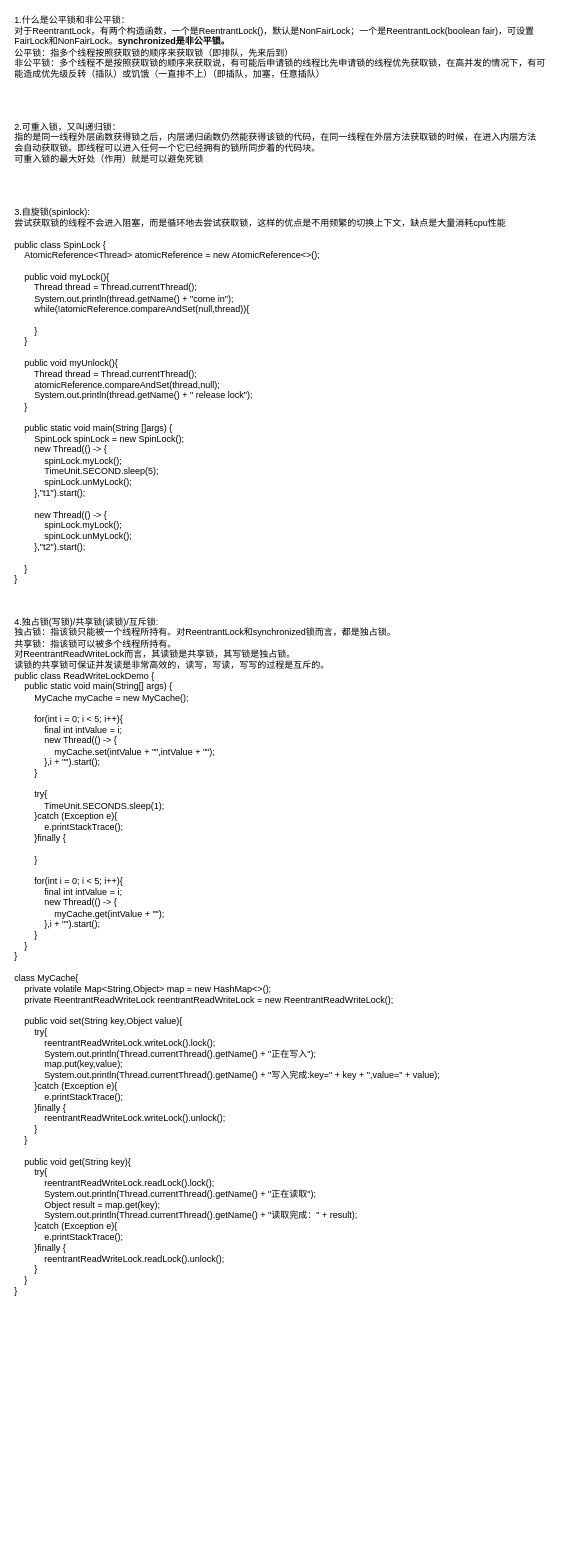
This is Java基础/多线程/Java锁.drawio from qouson/my-Java-note, a draw.io file, before an edit. Source tidied: cells renumbered, new cells numbered last; positions are measured from the earlier drawing's top-left corner, leaving out a move shared by most shapes. Both pictures are drawn from the tidied source at 75%, with x=0, y=0 at pixel (13, 13).
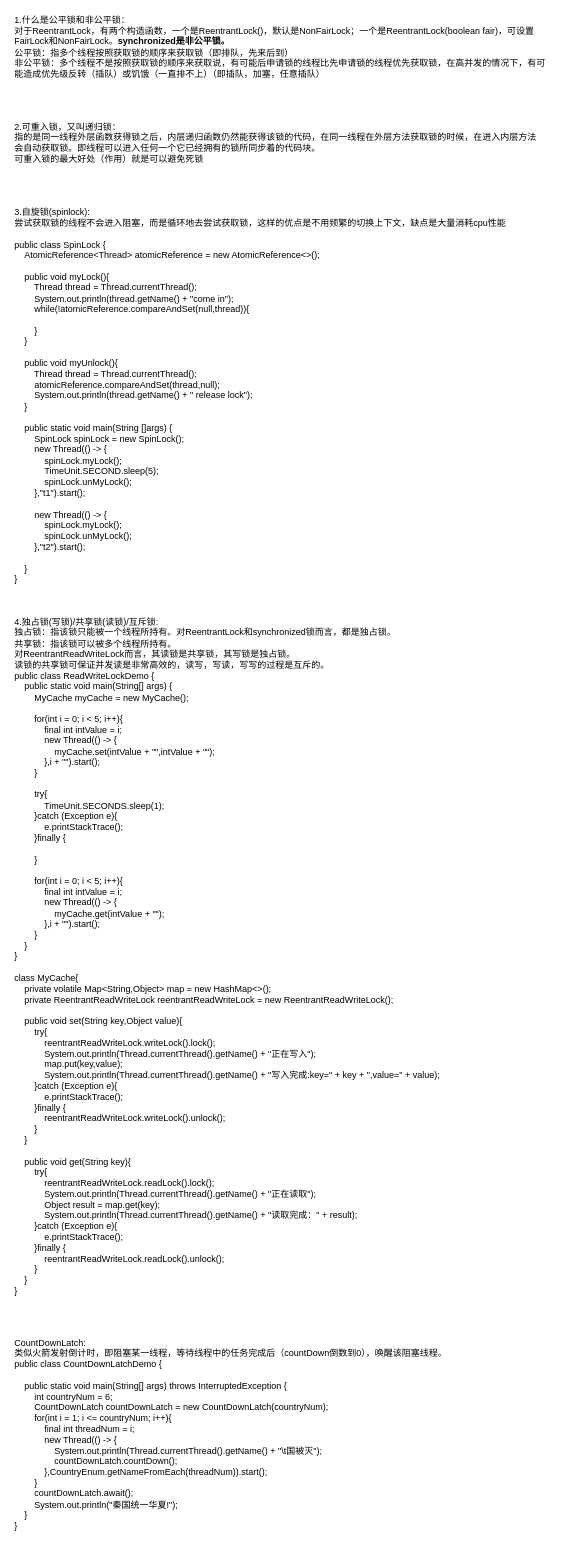
The same diagram, later.

What changed in the source:
```diff
@@
 <mxGraphModel>
   <root>
     <mxCell id="0" />
     <mxCell id="1" parent="0" />
     <mxCell id="2" value="&lt;div align=&quot;left&quot;&gt;1.什么是公平锁和非公平锁：&lt;/div&gt;&lt;div align=&quot;left&quot;&gt;对于ReentrantLock，有两个构造函数，一个是ReentrantLock()，默认是NonFairLock；一个是ReentrantLock(boolean fair)，可设置FairLock和NonFairLock。&lt;b&gt;synchronized是非公平锁。&lt;/b&gt;&lt;/div&gt;&lt;div align=&quot;left&quot;&gt;公平锁：指多个线程按照获取锁的顺序来获取锁（即排队，先来后到）&lt;/div&gt;&lt;div align=&quot;left&quot;&gt;非公平锁：多个线程不是按照获取锁的顺序来获取说，有可能后申请锁的线程比先申请锁的线程优先获取锁，在高并发的情况下，有可能造成优先级反转（插队）或饥饿（一直排不上）（即插队，加塞，任意插队）&lt;br&gt;&lt;/div&gt;" style="text;html=1;strokeColor=none;fillColor=none;align=left;verticalAlign=middle;whiteSpace=wrap;rounded=0;" parent="1" vertex="1">
       <mxGeometry width="710" height="90" as="geometry" />
     </mxCell>
     <mxCell id="3" value="&lt;div align=&quot;left&quot;&gt;2.可重入锁，又叫递归锁：&lt;/div&gt;&lt;div align=&quot;left&quot;&gt;指的是同一线程外层函数获得锁之后，内层递归函数仍然能获得该锁的代码，在同一线程在外层方法获取锁的时候，在进入内层方法会自动获取锁。即线程可以进入任何一个它已经拥有的锁所同步着的代码块。&lt;/div&gt;&lt;div align=&quot;left&quot;&gt;可重入锁的最大好处（作用）就是可以避免死锁&lt;br&gt;&lt;/div&gt;&lt;div align=&quot;left&quot;&gt;&lt;br&gt;&lt;/div&gt;" style="text;html=1;strokeColor=none;fillColor=none;align=left;verticalAlign=middle;whiteSpace=wrap;rounded=0;" parent="1" vertex="1">
       <mxGeometry y="140" width="700" height="80" as="geometry" />
     </mxCell>
     <mxCell id="4" value="&lt;div align=&quot;left&quot;&gt;3.自旋锁(spinlock):&lt;/div&gt;&lt;div align=&quot;left&quot;&gt;尝试获取锁的线程不会进入阻塞，而是循环地去尝试获取锁，这样的优点是不用频繁的切换上下文，缺点是大量消耗cpu性能&lt;/div&gt;&lt;div align=&quot;left&quot;&gt;&lt;br&gt;&lt;/div&gt;public class SpinLock {&lt;br&gt;&amp;nbsp;&amp;nbsp; &amp;nbsp;AtomicReference&amp;lt;Thread&amp;gt; atomicReference = new AtomicReference&amp;lt;&amp;gt;();&lt;br&gt;&amp;nbsp;&amp;nbsp; &amp;nbsp;&lt;br&gt;&amp;nbsp;&amp;nbsp; &amp;nbsp;public void myLock(){&lt;br&gt;&amp;nbsp;&amp;nbsp; &amp;nbsp;&amp;nbsp;&amp;nbsp;&amp;nbsp; Thread thread = Thread.currentThread();&lt;br&gt;&amp;nbsp;&amp;nbsp; &amp;nbsp;&amp;nbsp;&amp;nbsp; &amp;nbsp;System.out.println(thread.getName() + &quot;come in&quot;);&lt;br&gt;&amp;nbsp;&amp;nbsp; &amp;nbsp;&amp;nbsp;&amp;nbsp; &amp;nbsp;while(!atomicReference.compareAndSet(null,thread)){&lt;br&gt;&amp;nbsp;&amp;nbsp; &amp;nbsp;&amp;nbsp;&amp;nbsp; &amp;nbsp;&amp;nbsp;&amp;nbsp; &amp;nbsp;&lt;br&gt;&amp;nbsp;&amp;nbsp; &amp;nbsp;&amp;nbsp;&amp;nbsp; &amp;nbsp;}&lt;br&gt;&amp;nbsp;&amp;nbsp; &amp;nbsp;}&lt;br&gt;&amp;nbsp;&amp;nbsp; &amp;nbsp;&lt;br&gt;&amp;nbsp;&amp;nbsp; &amp;nbsp;public void myUnlock(){&lt;br&gt;&amp;nbsp;&amp;nbsp; &amp;nbsp;&amp;nbsp;&amp;nbsp;&amp;nbsp; Thread thread = Thread.currentThread();&lt;br&gt;&amp;nbsp;&amp;nbsp; &amp;nbsp;&amp;nbsp;&amp;nbsp; &amp;nbsp;atomicReference.compareAndSet(thread,null);&lt;br&gt;&amp;nbsp;&amp;nbsp; &amp;nbsp;&amp;nbsp;&amp;nbsp; &amp;nbsp;System.out.println(thread.getName() + &quot; release lock&quot;);&lt;br&gt;&amp;nbsp;&amp;nbsp; &amp;nbsp;}&lt;br&gt;&amp;nbsp;&amp;nbsp; &amp;nbsp;&lt;br&gt;&amp;nbsp;&amp;nbsp;&amp;nbsp; public static void main(String []args) {&lt;br&gt;&amp;nbsp;&amp;nbsp;&amp;nbsp;&amp;nbsp;&amp;nbsp;&amp;nbsp;&amp;nbsp; SpinLock spinLock = new SpinLock(); &lt;br&gt;&amp;nbsp;&amp;nbsp; &amp;nbsp;&amp;nbsp;&amp;nbsp;&amp;nbsp; new Thread(() -&amp;gt; {&lt;br&gt;&amp;nbsp;&amp;nbsp; &amp;nbsp;&amp;nbsp;&amp;nbsp;&amp;nbsp;&amp;nbsp;&amp;nbsp;&amp;nbsp;&amp;nbsp; spinLock.myLock();&lt;br&gt;&amp;nbsp;&amp;nbsp; &amp;nbsp;&amp;nbsp;&amp;nbsp; &amp;nbsp;&amp;nbsp;&amp;nbsp; &amp;nbsp;TimeUnit.SECOND.sleep(5);&lt;br&gt;&amp;nbsp;&amp;nbsp; &amp;nbsp;&amp;nbsp;&amp;nbsp; &amp;nbsp;&amp;nbsp;&amp;nbsp; &amp;nbsp;spinLock.unMyLock();&lt;br&gt;&amp;nbsp;&amp;nbsp; &amp;nbsp;&amp;nbsp;&amp;nbsp;&amp;nbsp; },&quot;t1&quot;).start();&lt;br&gt;&amp;nbsp;&amp;nbsp; &amp;nbsp;&amp;nbsp;&amp;nbsp; &amp;nbsp;&lt;br&gt;&amp;nbsp;&amp;nbsp; &amp;nbsp;&amp;nbsp;&amp;nbsp;&amp;nbsp; new Thread(() -&amp;gt; {&lt;br&gt;&amp;nbsp;&amp;nbsp; &amp;nbsp;&amp;nbsp;&amp;nbsp;&amp;nbsp;&amp;nbsp;&amp;nbsp;&amp;nbsp;&amp;nbsp; spinLock.myLock();&lt;br&gt;&amp;nbsp;&amp;nbsp; &amp;nbsp;&amp;nbsp;&amp;nbsp; &amp;nbsp;&amp;nbsp;&amp;nbsp; &amp;nbsp;spinLock.unMyLock();&lt;br&gt;&amp;nbsp;&amp;nbsp; &amp;nbsp;&amp;nbsp;&amp;nbsp;&amp;nbsp; },&quot;t2&quot;).start();&lt;br&gt;&amp;nbsp;&amp;nbsp; &amp;nbsp;&amp;nbsp;&amp;nbsp; &amp;nbsp;&lt;br&gt;&amp;nbsp;&amp;nbsp;&amp;nbsp; }&lt;br&gt;}" style="text;html=1;strokeColor=none;fillColor=none;align=left;verticalAlign=middle;whiteSpace=wrap;rounded=0;" parent="1" vertex="1">
       <mxGeometry y="230" width="671" height="560" as="geometry" />
     </mxCell>
     <mxCell id="5" value="&lt;div align=&quot;left&quot;&gt;4.独占锁(写锁)/共享锁(读锁)/互斥锁:&lt;/div&gt;&lt;div align=&quot;left&quot;&gt;独占锁：指该锁只能被一个线程所持有。对ReentrantLock和synchronized锁而言，都是独占锁。&lt;/div&gt;&lt;div align=&quot;left&quot;&gt;共享锁：指该锁可以被多个线程所持有。&lt;/div&gt;&lt;div align=&quot;left&quot;&gt;对ReentrantReadWriteLock而言，其读锁是共享锁，其写锁是独占锁。&lt;/div&gt;&lt;div align=&quot;left&quot;&gt;读锁的共享锁可保证并发读是非常高效的，读写，写读，写写的过程是互斥的。&lt;/div&gt;&lt;div align=&quot;left&quot;&gt;public class ReadWriteLockDemo {&lt;br&gt;&amp;nbsp;&amp;nbsp;&amp;nbsp; public static void main(String[] args) {&lt;br&gt;&amp;nbsp;&amp;nbsp;&amp;nbsp;&amp;nbsp;&amp;nbsp;&amp;nbsp;&amp;nbsp; MyCache myCache = new MyCache();&lt;br&gt;&lt;br&gt;&amp;nbsp;&amp;nbsp;&amp;nbsp;&amp;nbsp;&amp;nbsp;&amp;nbsp;&amp;nbsp; for(int i = 0; i &amp;lt; 5; i++){&lt;br&gt;&amp;nbsp;&amp;nbsp;&amp;nbsp;&amp;nbsp;&amp;nbsp;&amp;nbsp;&amp;nbsp;&amp;nbsp;&amp;nbsp;&amp;nbsp;&amp;nbsp; final int intValue = i;&lt;br&gt;&amp;nbsp;&amp;nbsp;&amp;nbsp;&amp;nbsp;&amp;nbsp;&amp;nbsp;&amp;nbsp;&amp;nbsp;&amp;nbsp;&amp;nbsp;&amp;nbsp; new Thread(() -&amp;gt; {&lt;br&gt;&amp;nbsp;&amp;nbsp;&amp;nbsp;&amp;nbsp;&amp;nbsp;&amp;nbsp;&amp;nbsp;&amp;nbsp;&amp;nbsp;&amp;nbsp;&amp;nbsp;&amp;nbsp;&amp;nbsp;&amp;nbsp;&amp;nbsp; myCache.set(intValue + &quot;&quot;,intValue + &quot;&quot;);&lt;br&gt;&amp;nbsp;&amp;nbsp;&amp;nbsp;&amp;nbsp;&amp;nbsp;&amp;nbsp;&amp;nbsp;&amp;nbsp;&amp;nbsp;&amp;nbsp;&amp;nbsp; },i + &quot;&quot;).start();&lt;br&gt;&amp;nbsp;&amp;nbsp;&amp;nbsp;&amp;nbsp;&amp;nbsp;&amp;nbsp;&amp;nbsp; }&lt;br&gt;&lt;br&gt;&amp;nbsp;&amp;nbsp;&amp;nbsp;&amp;nbsp;&amp;nbsp;&amp;nbsp;&amp;nbsp; try{&lt;br&gt;&amp;nbsp;&amp;nbsp;&amp;nbsp;&amp;nbsp;&amp;nbsp;&amp;nbsp;&amp;nbsp;&amp;nbsp;&amp;nbsp;&amp;nbsp;&amp;nbsp; TimeUnit.SECONDS.sleep(1);&lt;br&gt;&amp;nbsp;&amp;nbsp;&amp;nbsp;&amp;nbsp;&amp;nbsp;&amp;nbsp;&amp;nbsp; }catch (Exception e){&lt;br&gt;&amp;nbsp;&amp;nbsp;&amp;nbsp;&amp;nbsp;&amp;nbsp;&amp;nbsp;&amp;nbsp;&amp;nbsp;&amp;nbsp;&amp;nbsp;&amp;nbsp; e.printStackTrace();&lt;br&gt;&amp;nbsp;&amp;nbsp;&amp;nbsp;&amp;nbsp;&amp;nbsp;&amp;nbsp;&amp;nbsp; }finally {&lt;br&gt;&lt;br&gt;&amp;nbsp;&amp;nbsp;&amp;nbsp;&amp;nbsp;&amp;nbsp;&amp;nbsp;&amp;nbsp; }&lt;br&gt;&lt;br&gt;&amp;nbsp;&amp;nbsp;&amp;nbsp;&amp;nbsp;&amp;nbsp;&amp;nbsp;&amp;nbsp; for(int i = 0; i &amp;lt; 5; i++){&lt;br&gt;&amp;nbsp;&amp;nbsp;&amp;nbsp;&amp;nbsp;&amp;nbsp;&amp;nbsp;&amp;nbsp;&amp;nbsp;&amp;nbsp;&amp;nbsp;&amp;nbsp; final int intValue = i;&lt;br&gt;&amp;nbsp;&amp;nbsp;&amp;nbsp;&amp;nbsp;&amp;nbsp;&amp;nbsp;&amp;nbsp;&amp;nbsp;&amp;nbsp;&amp;nbsp;&amp;nbsp; new Thread(() -&amp;gt; {&lt;br&gt;&amp;nbsp;&amp;nbsp;&amp;nbsp;&amp;nbsp;&amp;nbsp;&amp;nbsp;&amp;nbsp;&amp;nbsp;&amp;nbsp;&amp;nbsp;&amp;nbsp;&amp;nbsp;&amp;nbsp;&amp;nbsp;&amp;nbsp; myCache.get(intValue + &quot;&quot;);&lt;br&gt;&amp;nbsp;&amp;nbsp;&amp;nbsp;&amp;nbsp;&amp;nbsp;&amp;nbsp;&amp;nbsp;&amp;nbsp;&amp;nbsp;&amp;nbsp;&amp;nbsp; },i + &quot;&quot;).start();&lt;br&gt;&amp;nbsp;&amp;nbsp;&amp;nbsp;&amp;nbsp;&amp;nbsp;&amp;nbsp;&amp;nbsp; }&lt;br&gt;&amp;nbsp;&amp;nbsp;&amp;nbsp; }&lt;br&gt;}&lt;br&gt;&lt;br&gt;class MyCache{&lt;br&gt;&amp;nbsp;&amp;nbsp;&amp;nbsp; private volatile Map&amp;lt;String,Object&amp;gt; map = new HashMap&amp;lt;&amp;gt;();&lt;br&gt;&amp;nbsp;&amp;nbsp;&amp;nbsp; private ReentrantReadWriteLock reentrantReadWriteLock = new ReentrantReadWriteLock();&lt;br&gt;&lt;br&gt;&amp;nbsp;&amp;nbsp;&amp;nbsp; public void set(String key,Object value){&lt;br&gt;&amp;nbsp;&amp;nbsp;&amp;nbsp;&amp;nbsp;&amp;nbsp;&amp;nbsp;&amp;nbsp; try{&lt;br&gt;&amp;nbsp;&amp;nbsp;&amp;nbsp;&amp;nbsp;&amp;nbsp;&amp;nbsp;&amp;nbsp;&amp;nbsp;&amp;nbsp;&amp;nbsp;&amp;nbsp; reentrantReadWriteLock.writeLock().lock();&lt;br&gt;&amp;nbsp;&amp;nbsp;&amp;nbsp;&amp;nbsp;&amp;nbsp;&amp;nbsp;&amp;nbsp;&amp;nbsp;&amp;nbsp;&amp;nbsp;&amp;nbsp; System.out.println(Thread.currentThread().getName() + &quot;正在写入&quot;);&lt;br&gt;&amp;nbsp;&amp;nbsp;&amp;nbsp;&amp;nbsp;&amp;nbsp;&amp;nbsp;&amp;nbsp;&amp;nbsp;&amp;nbsp;&amp;nbsp;&amp;nbsp; map.put(key,value);&lt;br&gt;&amp;nbsp;&amp;nbsp;&amp;nbsp;&amp;nbsp;&amp;nbsp;&amp;nbsp;&amp;nbsp;&amp;nbsp;&amp;nbsp;&amp;nbsp;&amp;nbsp; System.out.println(Thread.currentThread().getName() + &quot;写入完成:key=&quot; + key + &quot;,value=&quot; + value);&lt;br&gt;&amp;nbsp;&amp;nbsp;&amp;nbsp;&amp;nbsp;&amp;nbsp;&amp;nbsp;&amp;nbsp; }catch (Exception e){&lt;br&gt;&amp;nbsp;&amp;nbsp;&amp;nbsp;&amp;nbsp;&amp;nbsp;&amp;nbsp;&amp;nbsp;&amp;nbsp;&amp;nbsp;&amp;nbsp;&amp;nbsp; e.printStackTrace();&lt;br&gt;&amp;nbsp;&amp;nbsp;&amp;nbsp;&amp;nbsp;&amp;nbsp;&amp;nbsp;&amp;nbsp; }finally {&lt;br&gt;&amp;nbsp;&amp;nbsp;&amp;nbsp;&amp;nbsp;&amp;nbsp;&amp;nbsp;&amp;nbsp;&amp;nbsp;&amp;nbsp;&amp;nbsp;&amp;nbsp; reentrantReadWriteLock.writeLock().unlock();&lt;br&gt;&amp;nbsp;&amp;nbsp;&amp;nbsp;&amp;nbsp;&amp;nbsp;&amp;nbsp;&amp;nbsp; }&lt;br&gt;&amp;nbsp;&amp;nbsp;&amp;nbsp; }&lt;br&gt;&lt;br&gt;&amp;nbsp;&amp;nbsp;&amp;nbsp; public void get(String key){&lt;br&gt;&amp;nbsp;&amp;nbsp;&amp;nbsp;&amp;nbsp;&amp;nbsp;&amp;nbsp;&amp;nbsp; try{&lt;br&gt;&amp;nbsp;&amp;nbsp;&amp;nbsp;&amp;nbsp;&amp;nbsp;&amp;nbsp;&amp;nbsp;&amp;nbsp;&amp;nbsp;&amp;nbsp;&amp;nbsp; reentrantReadWriteLock.readLock().lock();&lt;br&gt;&amp;nbsp;&amp;nbsp;&amp;nbsp;&amp;nbsp;&amp;nbsp;&amp;nbsp;&amp;nbsp;&amp;nbsp;&amp;nbsp;&amp;nbsp;&amp;nbsp; System.out.println(Thread.currentThread().getName() + &quot;正在读取&quot;);&lt;br&gt;&amp;nbsp;&amp;nbsp;&amp;nbsp;&amp;nbsp;&amp;nbsp;&amp;nbsp;&amp;nbsp;&amp;nbsp;&amp;nbsp;&amp;nbsp;&amp;nbsp; Object result = map.get(key);&lt;br&gt;&amp;nbsp;&amp;nbsp;&amp;nbsp;&amp;nbsp;&amp;nbsp;&amp;nbsp;&amp;nbsp;&amp;nbsp;&amp;nbsp;&amp;nbsp;&amp;nbsp; System.out.println(Thread.currentThread().getName() + &quot;读取完成：&quot; + result);&lt;br&gt;&amp;nbsp;&amp;nbsp;&amp;nbsp;&amp;nbsp;&amp;nbsp;&amp;nbsp;&amp;nbsp; }catch (Exception e){&lt;br&gt;&amp;nbsp;&amp;nbsp;&amp;nbsp;&amp;nbsp;&amp;nbsp;&amp;nbsp;&amp;nbsp;&amp;nbsp;&amp;nbsp;&amp;nbsp;&amp;nbsp; e.printStackTrace();&lt;br&gt;&amp;nbsp;&amp;nbsp;&amp;nbsp;&amp;nbsp;&amp;nbsp;&amp;nbsp;&amp;nbsp; }finally {&lt;br&gt;&amp;nbsp;&amp;nbsp;&amp;nbsp;&amp;nbsp;&amp;nbsp;&amp;nbsp;&amp;nbsp;&amp;nbsp;&amp;nbsp;&amp;nbsp;&amp;nbsp; reentrantReadWriteLock.readLock().unlock();&lt;br&gt;&amp;nbsp;&amp;nbsp;&amp;nbsp;&amp;nbsp;&amp;nbsp;&amp;nbsp;&amp;nbsp; }&lt;br&gt;&amp;nbsp;&amp;nbsp;&amp;nbsp; }&lt;br&gt;}&lt;br&gt;&lt;/div&gt;&lt;div align=&quot;left&quot;&gt;&lt;br&gt;&lt;/div&gt;" style="text;html=1;strokeColor=none;fillColor=none;align=left;verticalAlign=middle;whiteSpace=wrap;rounded=0;" parent="1" vertex="1">
       <mxGeometry y="800" width="660" height="930" as="geometry" />
     </mxCell>
+    <mxCell id="6" value="&lt;div align=&quot;left&quot;&gt;CountDownLatch:&lt;/div&gt;&lt;div align=&quot;left&quot;&gt;类似火箭发射倒计时，即阻塞某一线程，等待线程中的任务完成后（countDown倒数到0），唤醒该阻塞线程。&lt;/div&gt;&lt;div align=&quot;left&quot;&gt;public class CountDownLatchDemo {&lt;br&gt;&lt;br&gt;&amp;nbsp;&amp;nbsp;&amp;nbsp; public static void main(String[] args) throws InterruptedException {&lt;br&gt;&amp;nbsp;&amp;nbsp;&amp;nbsp;&amp;nbsp;&amp;nbsp;&amp;nbsp;&amp;nbsp; int countryNum = 6;&lt;br&gt;&amp;nbsp;&amp;nbsp;&amp;nbsp;&amp;nbsp;&amp;nbsp;&amp;nbsp;&amp;nbsp; CountDownLatch countDownLatch = new CountDownLatch(countryNum);&lt;br&gt;&amp;nbsp;&amp;nbsp;&amp;nbsp;&amp;nbsp;&amp;nbsp;&amp;nbsp;&amp;nbsp; for(int i = 1; i &amp;lt;= countryNum; i++){&lt;br&gt;&amp;nbsp;&amp;nbsp;&amp;nbsp;&amp;nbsp;&amp;nbsp;&amp;nbsp;&amp;nbsp;&amp;nbsp;&amp;nbsp;&amp;nbsp;&amp;nbsp; final int threadNum = i;&lt;br&gt;&amp;nbsp;&amp;nbsp;&amp;nbsp;&amp;nbsp;&amp;nbsp;&amp;nbsp;&amp;nbsp;&amp;nbsp;&amp;nbsp;&amp;nbsp;&amp;nbsp; new Thread(() -&amp;gt; {&lt;br&gt;&amp;nbsp;&amp;nbsp;&amp;nbsp;&amp;nbsp;&amp;nbsp;&amp;nbsp;&amp;nbsp;&amp;nbsp;&amp;nbsp;&amp;nbsp;&amp;nbsp;&amp;nbsp;&amp;nbsp;&amp;nbsp;&amp;nbsp; System.out.println(Thread.currentThread().getName() + &quot;\t国被灭&quot;);&lt;br&gt;&amp;nbsp;&amp;nbsp;&amp;nbsp;&amp;nbsp;&amp;nbsp;&amp;nbsp;&amp;nbsp;&amp;nbsp;&amp;nbsp;&amp;nbsp;&amp;nbsp;&amp;nbsp;&amp;nbsp;&amp;nbsp;&amp;nbsp; countDownLatch.countDown();&lt;br&gt;&amp;nbsp;&amp;nbsp;&amp;nbsp;&amp;nbsp;&amp;nbsp;&amp;nbsp;&amp;nbsp;&amp;nbsp;&amp;nbsp;&amp;nbsp;&amp;nbsp; },CountryEnum.getNameFromEach(threadNum)).start();&lt;br&gt;&amp;nbsp;&amp;nbsp;&amp;nbsp;&amp;nbsp;&amp;nbsp;&amp;nbsp;&amp;nbsp; }&lt;br&gt;&amp;nbsp;&amp;nbsp;&amp;nbsp;&amp;nbsp;&amp;nbsp;&amp;nbsp;&amp;nbsp; countDownLatch.await();&lt;br&gt;&amp;nbsp;&amp;nbsp;&amp;nbsp;&amp;nbsp;&amp;nbsp;&amp;nbsp;&amp;nbsp; System.out.println(&quot;秦国统一华夏!&quot;);&lt;br&gt;&amp;nbsp;&amp;nbsp;&amp;nbsp; }&lt;br&gt;}&lt;br&gt;&lt;/div&gt;" style="text;html=1;strokeColor=none;fillColor=none;align=left;verticalAlign=middle;whiteSpace=wrap;rounded=0;" parent="1" vertex="1">
+      <mxGeometry y="1740" width="720" height="310" as="geometry" />
+    </mxCell>
   </root>
 </mxGraphModel>
```
